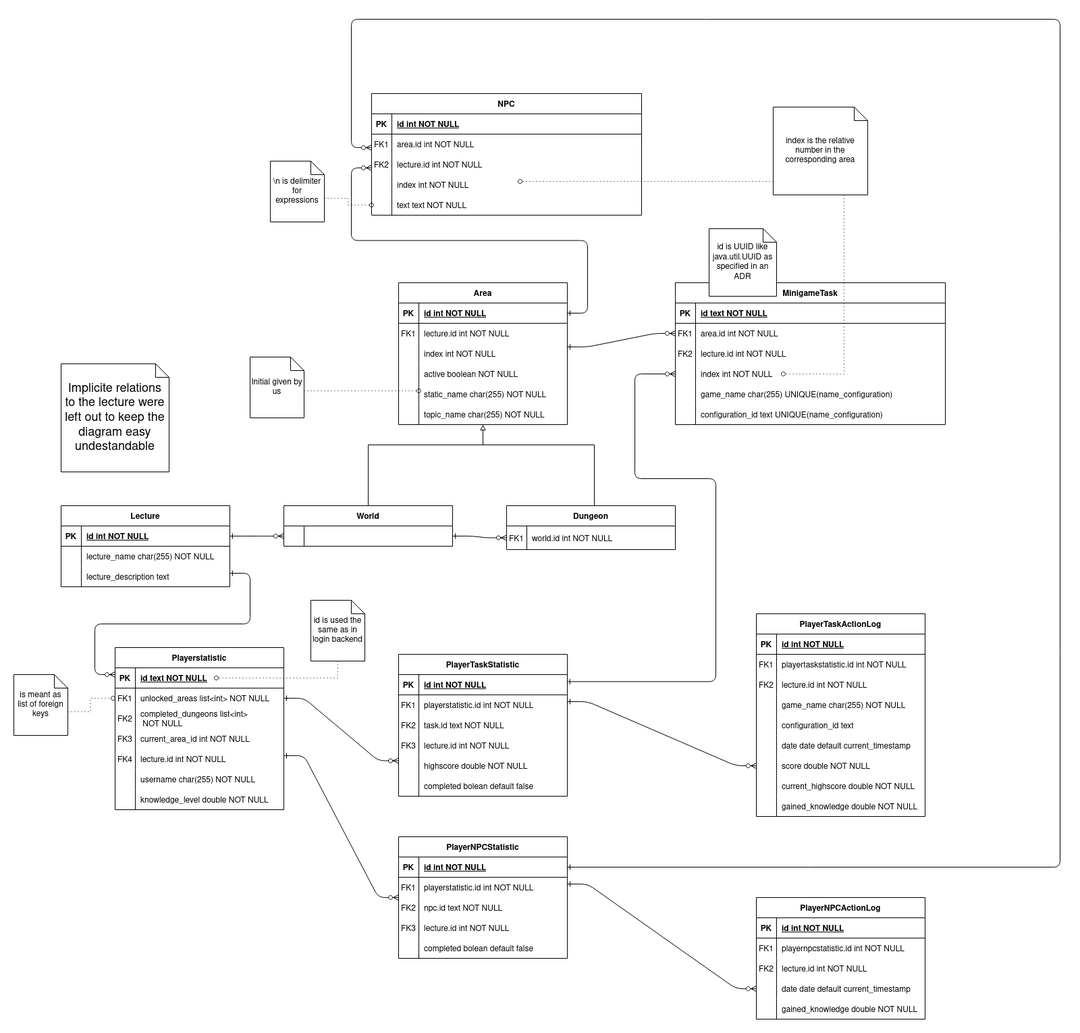
Before: dev-manuals/services/overworld/database-model/database-model.png, a diagram exported from draw.io (Gamify-IT/docs). Source tidied: cells renumbered, new cells last; positions are measured from the earlier drawing's top-left corner, leaving out a move shared by most shapes.
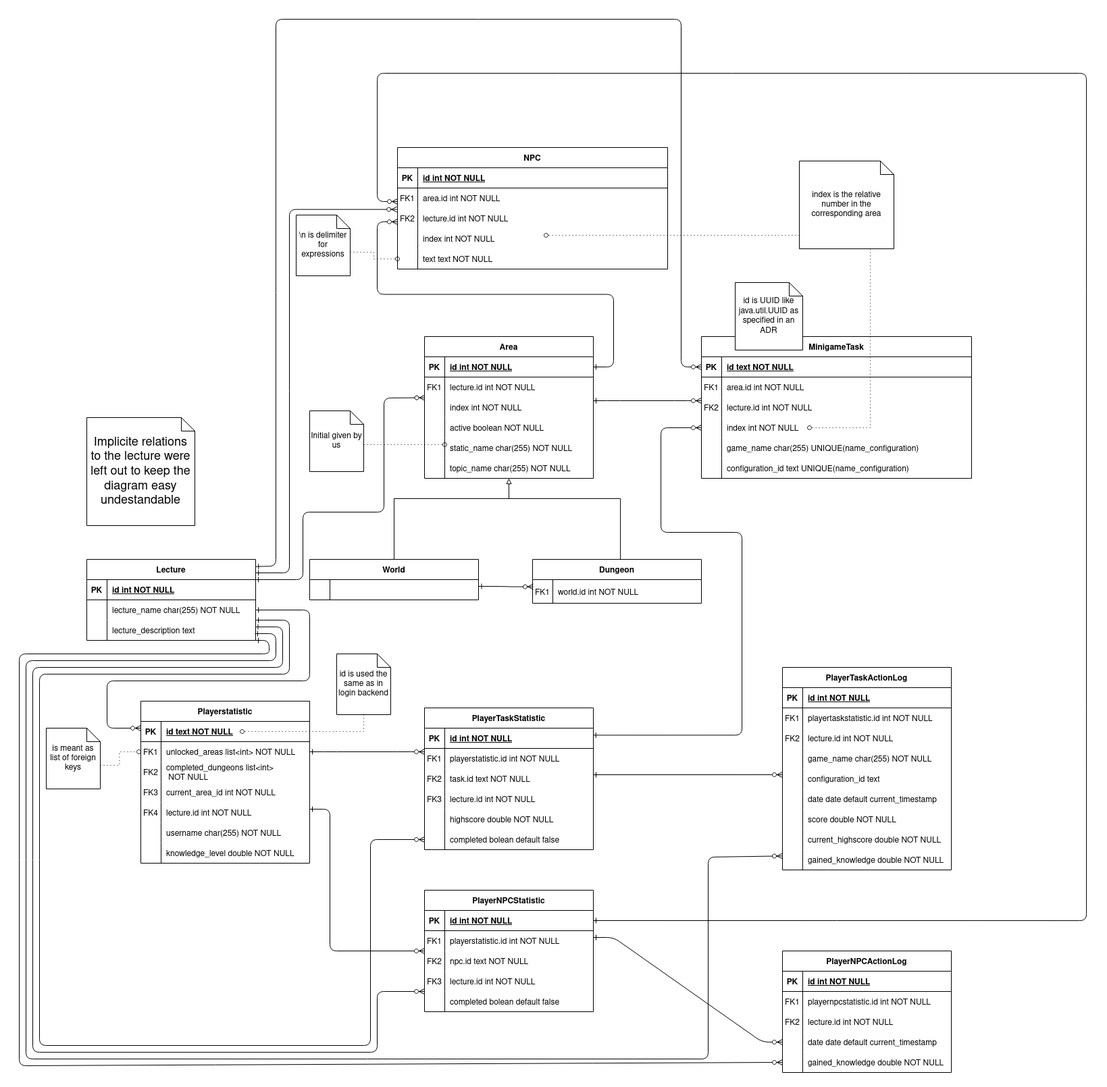
The same file after the commit.

Commit message:
add lecture-arrows

What changed in the source:
```diff
@@ -2,10 +2,17 @@
   <root>
     <mxCell id="0" />
     <mxCell id="1" parent="0" />
-    <mxCell id="2" style="edgeStyle=entityRelationEdgeStyle;endArrow=ERzeroToMany;startArrow=ERone;endFill=1;startFill=0;" parent="1" edge="1" source="14" target="5">
-      <mxGeometry relative="1" as="geometry" />
+    <mxCell id="2" style="endArrow=ERzeroToMany;startArrow=ERone;endFill=1;startFill=0;entryX=0.002;entryY=0.019;entryDx=0;entryDy=0;entryPerimeter=0;elbow=vertical;exitX=1;exitY=0;exitDx=0;exitDy=0;exitPerimeter=0;" parent="1" edge="1" source="14" target="33">
+      <mxGeometry relative="1" as="geometry">
+        <Array as="points">
+          <mxPoint x="390" y="750" />
+          <mxPoint x="390" y="650" />
+          <mxPoint x="510" y="650" />
+          <mxPoint x="510" y="481" />
+        </Array>
+      </mxGeometry>
     </mxCell>
-    <mxCell id="3" style="edgeStyle=entityRelationEdgeStyle;endArrow=ERzeroToMany;startArrow=ERone;endFill=1;startFill=0;exitX=1;exitY=0.5;exitDx=0;exitDy=0;" parent="1" edge="1" source="5" target="10">
+    <mxCell id="3" style="edgeStyle=entityRelationEdgeStyle;endArrow=ERzeroToMany;startArrow=ERone;endFill=1;startFill=0;exitX=1.002;exitY=0.332;exitDx=0;exitDy=0;entryX=0.004;entryY=0.302;entryDx=0;entryDy=0;entryPerimeter=0;exitPerimeter=0;" parent="1" edge="1" source="5" target="10">
       <mxGeometry relative="1" as="geometry" />
     </mxCell>
     <mxCell id="4" value="World" style="shape=table;startSize=30;rowLines=0;fontStyle=1;align=center;" parent="1" vertex="1">
@@ -79,7 +86,7 @@
       </mxGeometry>
     </mxCell>
     <mxCell id="24" value="Initial given by us" style="shape=note;size=20;whiteSpace=wrap;html=1;" parent="1" vertex="1">
-      <mxGeometry x="350" y="500" width="80" height="90" as="geometry" />
+      <mxGeometry x="400" y="500" width="80" height="90" as="geometry" />
     </mxCell>
     <mxCell id="25" style="edgeStyle=orthogonalEdgeStyle;rounded=0;jettySize=auto;html=1;entryX=0.5;entryY=0;entryDx=0;entryDy=0;endArrow=none;endFill=0;startArrow=block;startFill=0;" parent="1" edge="1" source="26" target="4">
       <mxGeometry relative="1" as="geometry">
@@ -212,7 +219,7 @@
     <mxCell id="66" value="configuration_id text UNIQUE(name_configuration)" style="shape=partialRectangle;overflow=hidden;fillColor=none;top=0;left=0;bottom=0;right=0;align=left;spacingLeft=6;" parent="1" vertex="1">
       <mxGeometry x="1010" y="570" width="360" height="30" as="geometry" />
     </mxCell>
-    <mxCell id="67" style="edgeStyle=entityRelationEdgeStyle;endArrow=ERzeroToMany;startArrow=ERone;endFill=1;startFill=0;entryX=0;entryY=0.5;entryDx=0;entryDy=0;" parent="1" edge="1" target="51">
+    <mxCell id="67" style="edgeStyle=entityRelationEdgeStyle;endArrow=ERzeroToMany;startArrow=ERone;endFill=1;startFill=0;entryX=0;entryY=0.167;entryDx=0;entryDy=0;entryPerimeter=0;" parent="1" edge="1" target="54">
       <mxGeometry relative="1" as="geometry">
         <mxPoint x="820" y="485" as="sourcePoint" />
       </mxGeometry>
@@ -307,10 +314,15 @@
     <mxCell id="97" value="knowledge_level double NOT NULL" style="shape=partialRectangle;overflow=hidden;fillColor=none;top=0;left=0;bottom=0;right=0;align=left;spacingLeft=6;" parent="1" vertex="1">
       <mxGeometry x="180" y="1140" width="220" height="30" as="geometry" />
     </mxCell>
-    <mxCell id="98" style="edgeStyle=entityRelationEdgeStyle;endArrow=ERzeroToMany;startArrow=ERone;endFill=1;startFill=0;" parent="1" edge="1">
+    <mxCell id="98" style="endArrow=ERzeroToMany;startArrow=ERone;endFill=1;startFill=0;exitX=1;exitY=0.5;exitDx=0;exitDy=0;" parent="1" edge="1" source="17">
       <mxGeometry relative="1" as="geometry">
-        <mxPoint x="320" y="820" as="sourcePoint" />
         <mxPoint x="150" y="970" as="targetPoint" />
+        <Array as="points">
+          <mxPoint x="400" y="795" />
+          <mxPoint x="400" y="900" />
+          <mxPoint x="100" y="900" />
+          <mxPoint x="100" y="970" />
+        </Array>
       </mxGeometry>
     </mxCell>
     <mxCell id="99" value="NPC" style="shape=table;startSize=30;rowLines=0;fontStyle=1;align=center;" parent="1" vertex="1">
@@ -450,7 +462,7 @@
     <mxCell id="143" value="completed bolean default false" style="shape=partialRectangle;overflow=hidden;fillColor=none;top=0;left=0;bottom=0;right=0;align=left;spacingLeft=6;" parent="1" vertex="1">
       <mxGeometry x="600" y="1120" width="220" height="30" as="geometry" />
     </mxCell>
-    <mxCell id="144" style="edgeStyle=entityRelationEdgeStyle;endArrow=ERzeroToMany;startArrow=ERone;endFill=1;startFill=0;entryX=0;entryY=0.75;entryDx=0;entryDy=0;exitX=1;exitY=0.5;exitDx=0;exitDy=0;" parent="1" edge="1" source="72" target="120">
+    <mxCell id="144" style="edgeStyle=entityRelationEdgeStyle;endArrow=ERzeroToMany;startArrow=ERone;endFill=1;startFill=0;entryX=0;entryY=0.167;entryDx=0;entryDy=0;exitX=1;exitY=0.5;exitDx=0;exitDy=0;entryPerimeter=0;" parent="1" edge="1" source="72" target="124">
       <mxGeometry relative="1" as="geometry" />
     </mxCell>
     <mxCell id="145" style="edgeStyle=orthogonalEdgeStyle;rounded=0;jettySize=auto;html=1;dashed=1;dashPattern=1 4;startArrow=none;startFill=0;endArrow=oval;endFill=0;" parent="1" edge="1" source="146">
@@ -490,7 +502,7 @@
       </mxGeometry>
     </mxCell>
     <mxCell id="151" value="is meant as list of foreign keys" style="shape=note;size=20;whiteSpace=wrap;html=1;" parent="1" vertex="1">
-      <mxGeometry y="970" width="80" height="90" as="geometry" />
+      <mxGeometry x="10" y="970" width="80" height="90" as="geometry" />
     </mxCell>
     <mxCell id="152" value="PlayerTaskActionLog" style="shape=table;startSize=30;rowLines=0;fontStyle=1;align=center;" parent="1" vertex="1">
       <mxGeometry x="1100" y="880" width="250" height="300" as="geometry" />
@@ -576,9 +588,9 @@
     <mxCell id="179" style="shape=partialRectangle;overflow=hidden;fillColor=none;top=0;left=0;bottom=0;right=0;align=left;spacingLeft=6;" parent="177" vertex="1">
       <mxGeometry x="30" width="220" height="30" as="geometry" />
     </mxCell>
-    <mxCell id="180" style="edgeStyle=entityRelationEdgeStyle;endArrow=ERzeroToMany;startArrow=ERone;endFill=1;startFill=0;entryX=0;entryY=0.75;entryDx=0;entryDy=0;" parent="1" edge="1" target="152">
+    <mxCell id="180" style="edgeStyle=elbowEdgeStyle;endArrow=ERzeroToMany;startArrow=ERone;endFill=1;startFill=0;entryX=0;entryY=0.299;entryDx=0;entryDy=0;entryPerimeter=0;" parent="1" edge="1" target="165">
       <mxGeometry relative="1" as="geometry">
-        <mxPoint x="820" y="1010" as="sourcePoint" />
+        <mxPoint x="820" y="1039" as="sourcePoint" />
       </mxGeometry>
     </mxCell>
     <mxCell id="181" value="date date default current_timestamp" style="shape=partialRectangle;overflow=hidden;fillColor=none;top=0;left=0;bottom=0;right=0;align=left;spacingLeft=6;" parent="1" vertex="1">
@@ -706,10 +718,13 @@
     <mxCell id="221" value="gained_knowledge double NOT NULL" style="shape=partialRectangle;overflow=hidden;fillColor=none;top=0;left=0;bottom=0;right=0;align=left;spacingLeft=6;" parent="1" vertex="1">
       <mxGeometry x="1130" y="1450" width="220" height="30" as="geometry" />
     </mxCell>
-    <mxCell id="222" style="edgeStyle=entityRelationEdgeStyle;endArrow=ERzeroToMany;startArrow=ERone;endFill=1;startFill=0;entryX=0;entryY=0.75;entryDx=0;entryDy=0;" parent="1" edge="1">
+    <mxCell id="222" style="edgeStyle=elbowEdgeStyle;endArrow=ERzeroToMany;startArrow=ERone;endFill=1;startFill=0;entryX=0;entryY=0.75;entryDx=0;entryDy=0;" parent="1" edge="1">
       <mxGeometry relative="1" as="geometry">
         <mxPoint x="400" y="1090" as="sourcePoint" />
         <mxPoint x="570" y="1300" as="targetPoint" />
+        <Array as="points">
+          <mxPoint x="430" y="1190" />
+        </Array>
       </mxGeometry>
     </mxCell>
     <mxCell id="223" value="completed bolean default false" style="shape=partialRectangle;overflow=hidden;fillColor=none;top=0;left=0;bottom=0;right=0;align=left;spacingLeft=6;" parent="1" vertex="1">
@@ -739,5 +754,72 @@
         </Array>
       </mxGeometry>
     </mxCell>
+    <mxCell id="227" style="endArrow=ERzeroToMany;startArrow=ERone;endFill=1;startFill=0;exitX=1;exitY=0.5;exitDx=0;exitDy=0;entryX=-0.002;entryY=0.056;entryDx=0;entryDy=0;entryPerimeter=0;edgeStyle=elbowEdgeStyle;" parent="1" edge="1" target="106">
+      <mxGeometry relative="1" as="geometry">
+        <mxPoint x="320" y="740" as="sourcePoint" />
+        <Array as="points">
+          <mxPoint x="370" y="470" />
+        </Array>
+      </mxGeometry>
+    </mxCell>
+    <mxCell id="228" style="endArrow=ERzeroToMany;startArrow=ERone;endFill=1;startFill=0;exitX=1.001;exitY=0.089;exitDx=0;exitDy=0;exitPerimeter=0;" parent="1" edge="1" source="13" target="48">
+      <mxGeometry relative="1" as="geometry">
+        <Array as="points">
+          <mxPoint x="350" y="730" />
+          <mxPoint x="350" y="-80" />
+          <mxPoint x="950" y="-80" />
+          <mxPoint x="950" y="435" />
+        </Array>
+      </mxGeometry>
+    </mxCell>
+    <mxCell id="229" style="endArrow=ERzeroToMany;startArrow=ERone;endFill=1;startFill=0;entryX=0;entryY=0.5;entryDx=0;entryDy=0;" parent="1" edge="1" target="216">
+      <mxGeometry relative="1" as="geometry">
+        <mxPoint x="320" y="840" as="sourcePoint" />
+        <Array as="points">
+          <mxPoint x="340" y="840" />
+          <mxPoint x="340" y="860" />
+          <mxPoint x="-30" y="860" />
+          <mxPoint x="-30" y="1470" />
+        </Array>
+      </mxGeometry>
+    </mxCell>
+    <mxCell id="230" style="endArrow=ERzeroToMany;startArrow=ERone;endFill=1;startFill=0;entryX=0;entryY=0.311;entryDx=0;entryDy=0;exitX=0.996;exitY=0.666;exitDx=0;exitDy=0;exitPerimeter=0;entryPerimeter=0;" parent="1" edge="1" source="20" target="177">
+      <mxGeometry relative="1" as="geometry">
+        <Array as="points">
+          <mxPoint x="350" y="830" />
+          <mxPoint x="350" y="870" />
+          <mxPoint x="-20" y="870" />
+          <mxPoint x="-20" y="1460" />
+          <mxPoint x="990" y="1460" />
+          <mxPoint x="990" y="1161" />
+        </Array>
+      </mxGeometry>
+    </mxCell>
+    <mxCell id="231" style="endArrow=ERzeroToMany;startArrow=ERone;endFill=1;startFill=0;exitX=0.998;exitY=0.336;exitDx=0;exitDy=0;exitPerimeter=0;" parent="1" edge="1" source="20">
+      <mxGeometry relative="1" as="geometry">
+        <mxPoint x="570" y="1360" as="targetPoint" />
+        <Array as="points">
+          <mxPoint x="360" y="820" />
+          <mxPoint x="360" y="880" />
+          <mxPoint x="-10" y="880" />
+          <mxPoint x="-10" y="1450" />
+          <mxPoint x="500" y="1450" />
+          <mxPoint x="500" y="1360" />
+        </Array>
+      </mxGeometry>
+    </mxCell>
+    <mxCell id="232" style="endArrow=ERzeroToMany;startArrow=ERone;endFill=1;startFill=0;entryX=0;entryY=0.5;entryDx=0;entryDy=0;" parent="1" edge="1" target="136">
+      <mxGeometry relative="1" as="geometry">
+        <mxPoint x="320" y="810" as="sourcePoint" />
+        <Array as="points">
+          <mxPoint x="370" y="810" />
+          <mxPoint x="370" y="890" />
+          <mxPoint y="890" />
+          <mxPoint y="1440" />
+          <mxPoint x="490" y="1440" />
+          <mxPoint x="490" y="1135" />
+        </Array>
+      </mxGeometry>
+    </mxCell>
   </root>
 </mxGraphModel>
```
